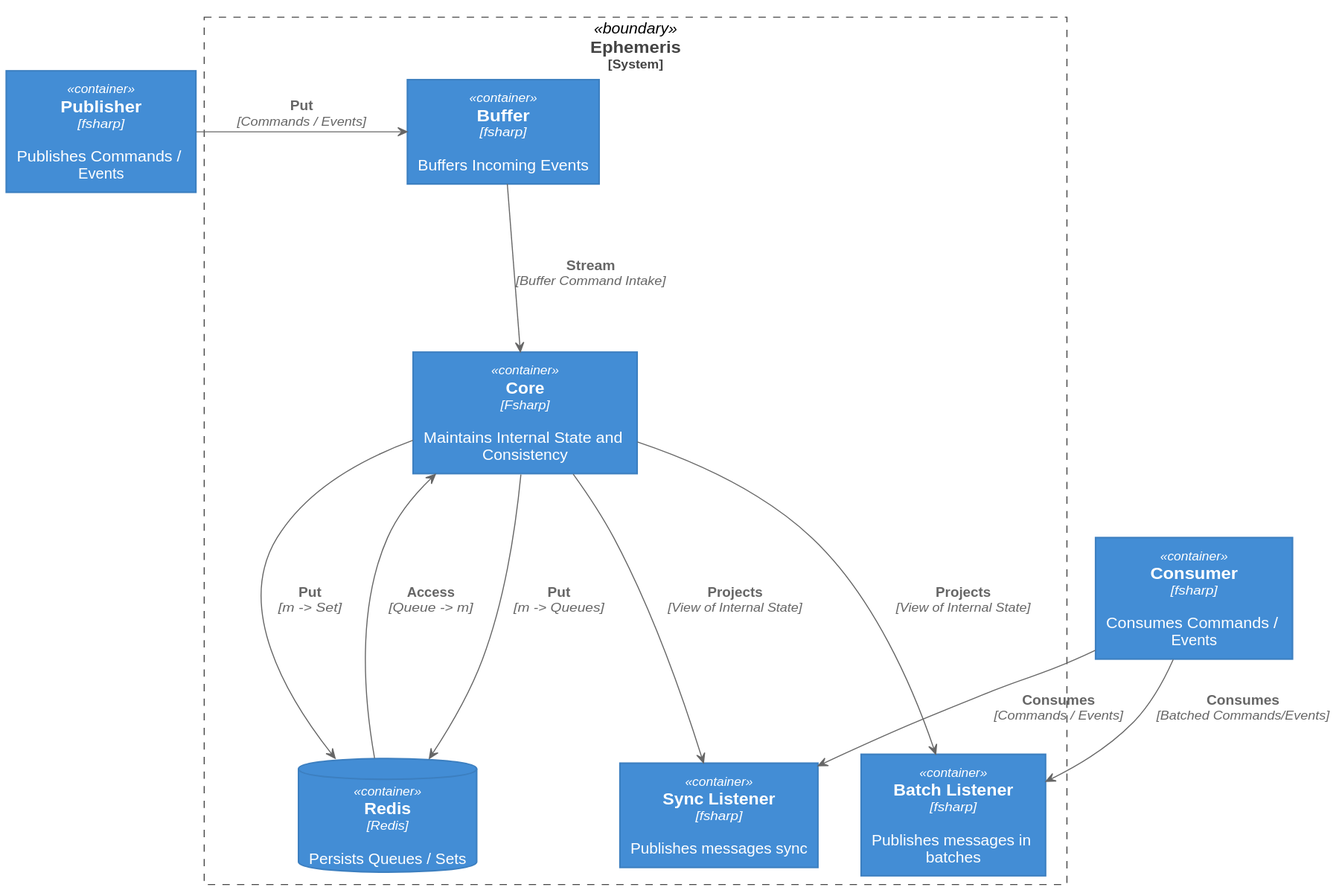
Above: Diagrams/SystemDiagram.svg in ZaymonFC/Ephemeris (PlantUML), before the change.
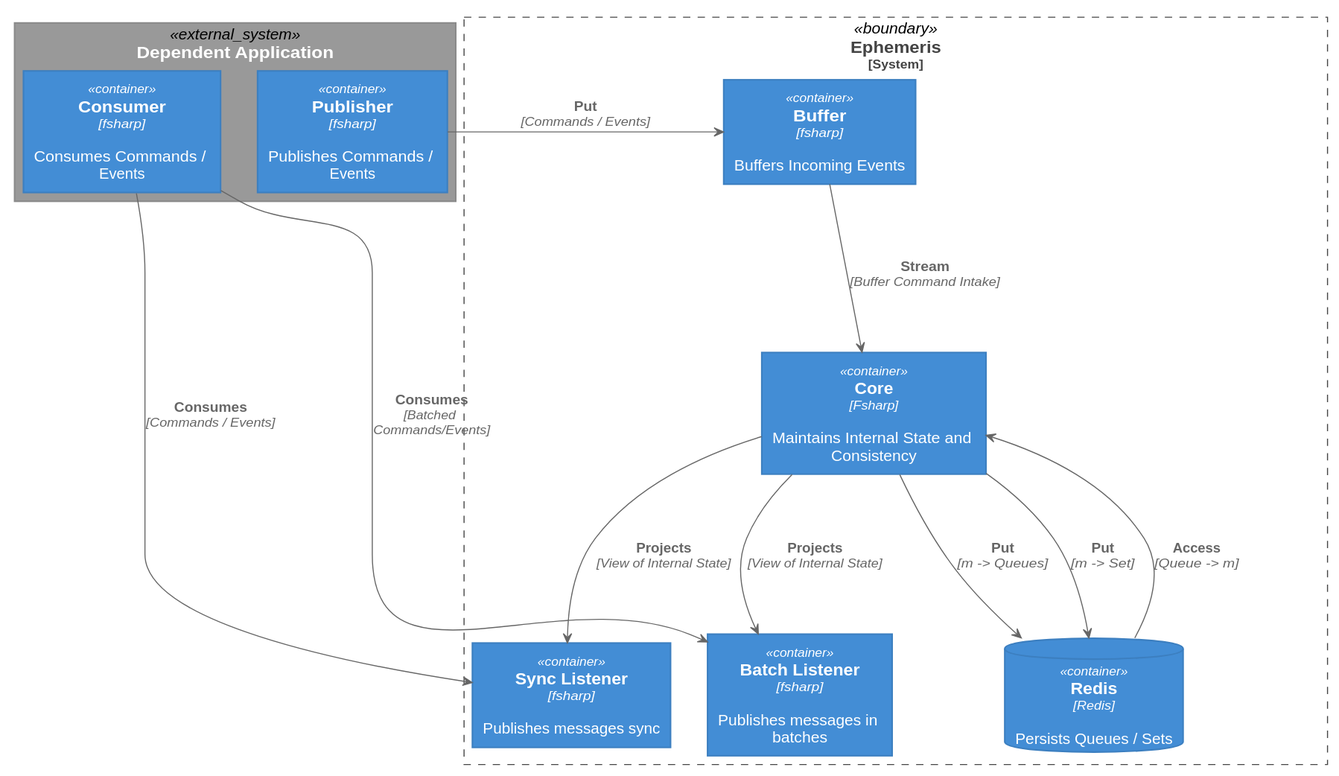
Above is the later version.

Commit message:
Update System Diagram

Diff of the diagram source:
```diff
@@ -1,4 +1,4 @@
-@startuml System Diagram
+@startuml SystemDiagram
 
 
 
@@ -132,12 +132,12 @@
 
 
 
-skinparam wrapWidth 200
-skinparam maxMessageSize 200
 
-top to bottom direction
-rectangle "==Publisher\n//<size:12>[fsharp]</size>//\n\n Publishes Commands / Events" <<container>> as pub
-rectangle "==Consumer\n//<size:12>[fsharp]</size>//\n\n Consumes Commands / Events" <<container>> as cons
+
+rectangle "==Dependent Application" <<external_system>> as ex {
+    rectangle "==Publisher\n//<size:12>[fsharp]</size>//\n\n Publishes Commands / Events" <<container>> as pub
+    rectangle "==Consumer\n//<size:12>[fsharp]</size>//\n\n Consumes Commands / Events" <<container>> as cons
+}
 
 rectangle "==Ephemeris\n<size:12>[System]</size>" <<boundary>> as Ephemeris {
     rectangle "==Core\n//<size:12>[Fsharp]</size>//\n\n Maintains Internal State and Consistency" <<container>> as core
```
